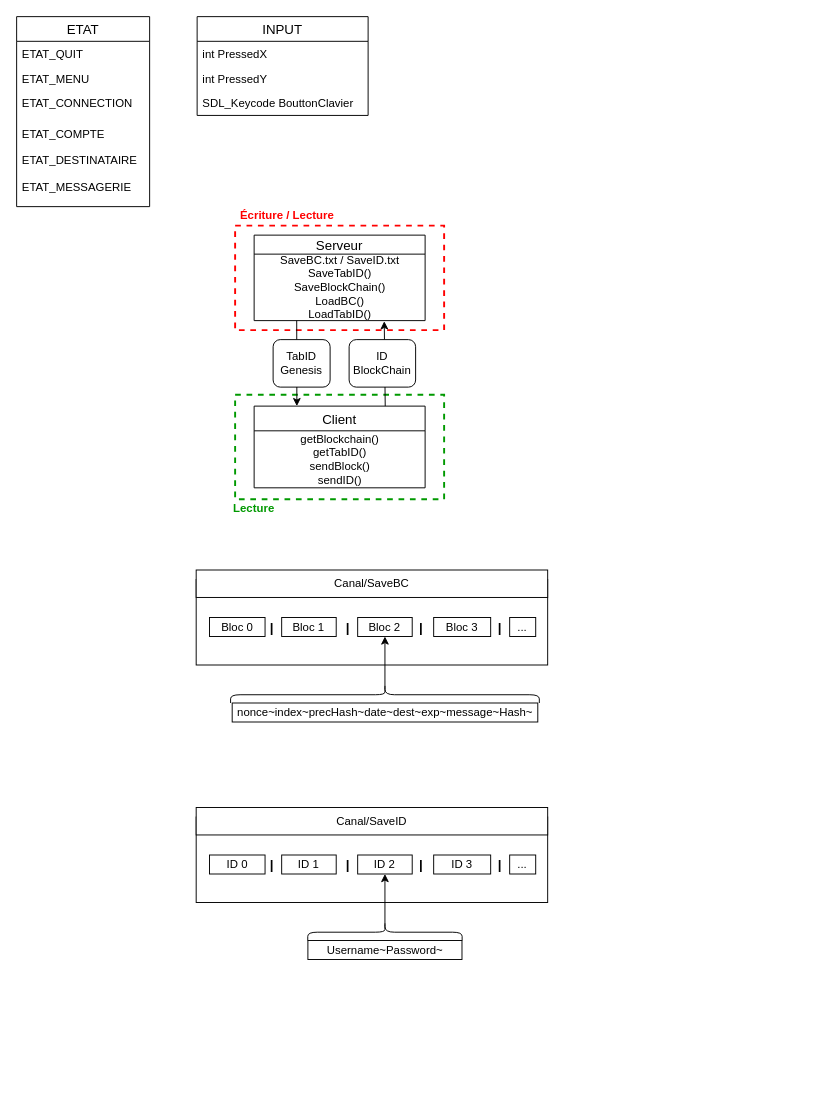
lucasmaisonnave/BottleV2 keeps this draw.io diagram as page "Variable et Structures" (6 of 6) of AffichageBottle.drawio. Above is the earlier version. Source tidied: cells renumbered, new cells numbered last; positions are measured from the earlier drawing's top-left corner, leaving out a move shared by most shapes. Both pictures are drawn from the tidied source at 95%, with x=0, y=0 at pixel (16, 16).
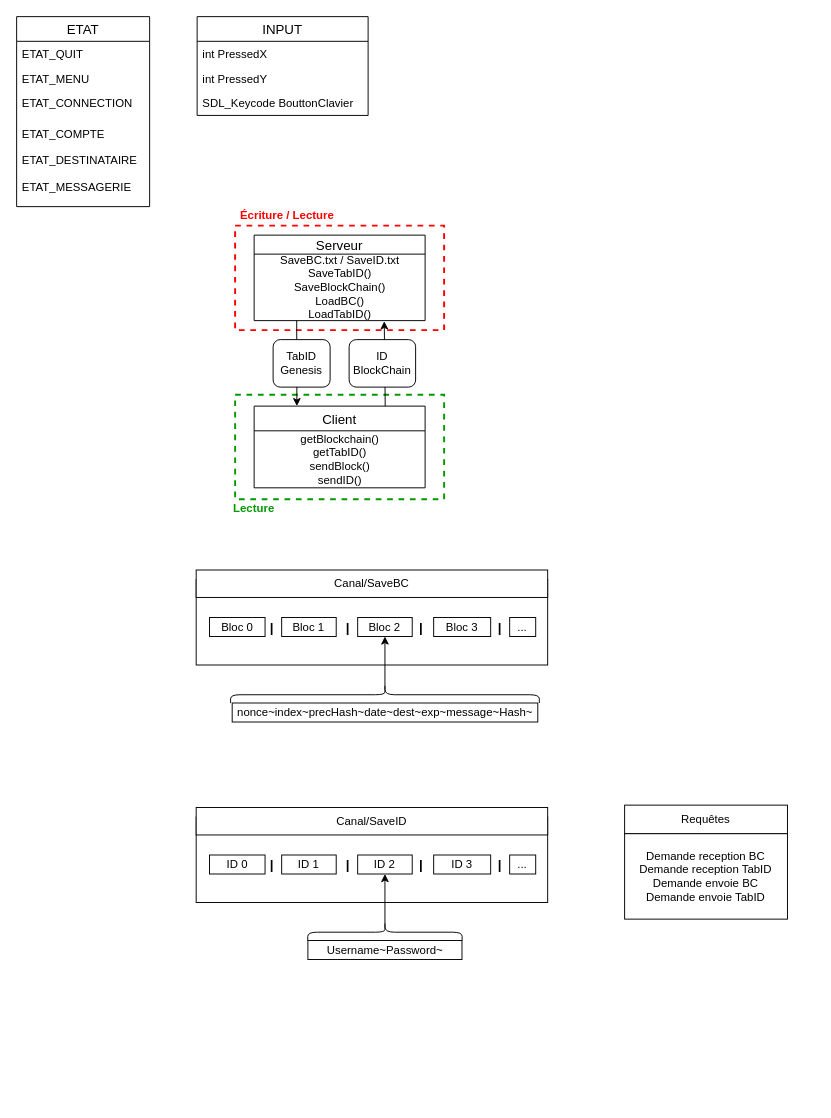
The same diagram, later.

Change to the diagram source:
```diff
@@
+    <mxCell id="56" style="group;" parent="1" vertex="1">
+      <mxGeometry x="640" y="830" width="200" height="120" as="geometry" />
+    </mxCell>
+    <mxCell id="57" value="Demande reception BC&lt;br&gt;Demande reception TabID&lt;br&gt;Demande envoie BC&lt;br&gt;Demande envoie TabID" style="rounded=0;whiteSpace=wrap;html=1;" parent="56" vertex="1">
+      <mxGeometry y="30" width="171.4" height="90" as="geometry" />
+    </mxCell>
+    <mxCell id="58" value="Requêtes" style="rounded=0;whiteSpace=wrap;html=1;" parent="56" vertex="1">
+      <mxGeometry width="171.4" height="30" as="geometry" />
+    </mxCell>
```
